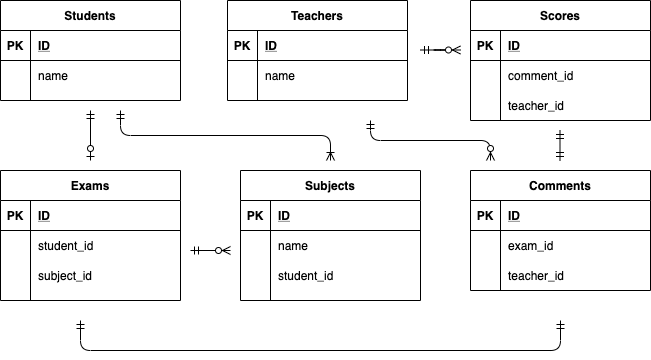
Above: index.drawio.png in nakamura-jin/diagram (draw.io), before the change. Source tidied: cells renumbered, new cells last; positions are measured from the earlier drawing's top-left corner, leaving out a move shared by most shapes.
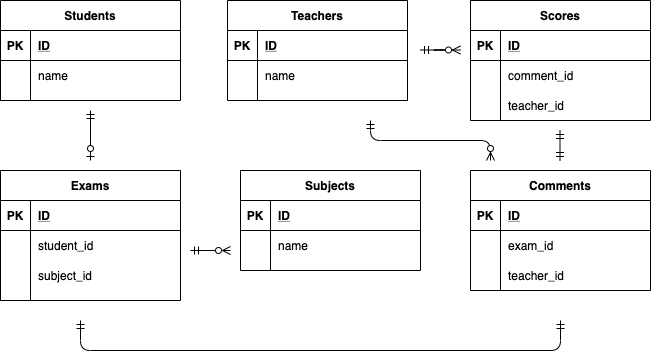
The same file after the commit.

What changed in the source:
```diff
@@ -75,7 +75,7 @@
       <mxGeometry x="30" width="150" height="30" as="geometry" />
     </mxCell>
     <mxCell id="26" value="Subjects" style="shape=table;startSize=30;rowLines=0;fontStyle=1;align=center;" parent="1" vertex="1">
-      <mxGeometry x="240" y="170" width="180" height="130" as="geometry" />
+      <mxGeometry x="240" y="170" width="180" height="100" as="geometry" />
     </mxCell>
     <mxCell id="27" style="shape=partialRectangle;fillColor=none;top=0;left=0;bottom=1;right=0;" parent="26" vertex="1">
       <mxGeometry y="30" width="180" height="30" as="geometry" />
@@ -95,15 +95,6 @@
     <mxCell id="32" value="name" style="shape=partialRectangle;fillColor=none;top=0;left=0;bottom=0;right=0;align=left;spacingLeft=6;overflow=hidden;" parent="30" vertex="1">
       <mxGeometry x="30" width="150" height="30" as="geometry" />
     </mxCell>
-    <mxCell id="33" style="shape=partialRectangle;fillColor=none;top=0;left=0;bottom=0;right=0;" parent="26" vertex="1">
-      <mxGeometry y="90" width="180" height="30" as="geometry" />
-    </mxCell>
-    <mxCell id="34" style="shape=partialRectangle;fillColor=none;top=0;left=0;bottom=0;right=0;overflow=hidden;" parent="33" vertex="1">
-      <mxGeometry width="30" height="30" as="geometry" />
-    </mxCell>
-    <mxCell id="35" value="student_id" style="shape=partialRectangle;fillColor=none;top=0;left=0;bottom=0;right=0;align=left;spacingLeft=6;overflow=hidden;" parent="33" vertex="1">
-      <mxGeometry x="30" width="150" height="30" as="geometry" />
-    </mxCell>
     <mxCell id="36" value="Comments" style="shape=table;startSize=30;rowLines=0;fontStyle=1;align=center;" parent="1" vertex="1">
       <mxGeometry x="470" y="170" width="180" height="120" as="geometry" />
     </mxCell>
@@ -146,12 +137,6 @@
         <mxPoint x="230" y="250" as="targetPoint" />
       </mxGeometry>
     </mxCell>
-    <mxCell id="48" style="edgeStyle=elbowEdgeStyle;fontSize=12;html=1;endArrow=ERoneToMany;startArrow=ERmandOne;elbow=vertical;" parent="1" edge="1">
-      <mxGeometry relative="1" as="geometry">
-        <mxPoint x="120" y="110" as="sourcePoint" />
-        <mxPoint x="330" y="160" as="targetPoint" />
-      </mxGeometry>
-    </mxCell>
     <mxCell id="49" style="edgeStyle=elbowEdgeStyle;fontSize=12;html=1;endArrow=ERmandOne;startArrow=ERmandOne;elbow=vertical;" parent="1" edge="1">
       <mxGeometry relative="1" as="geometry">
         <mxPoint x="80" y="320" as="sourcePoint" />
```
